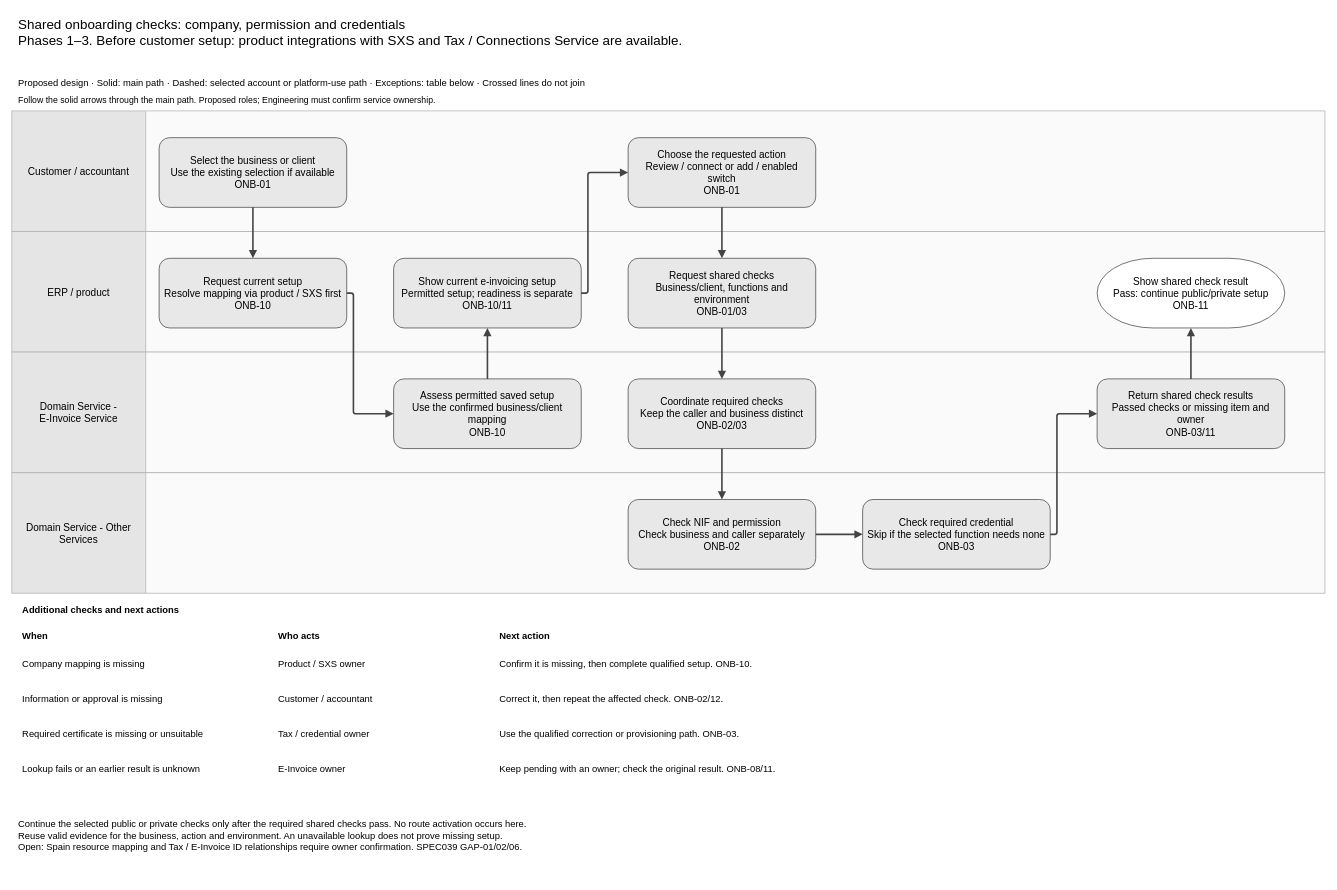
Above: assets/diagrams/onboarding-shared-prerequisites-swimlane.drawio in jiaxinhe0709/pm_second_brain (draw.io), before the change. Source tidied: cells renumbered, new cells numbered last; positions are measured from the earlier drawing's top-left corner, leaving out a move shared by most shapes. Both pictures are drawn from the tidied source at 67%, with x=0, y=0 at pixel (11, 11).
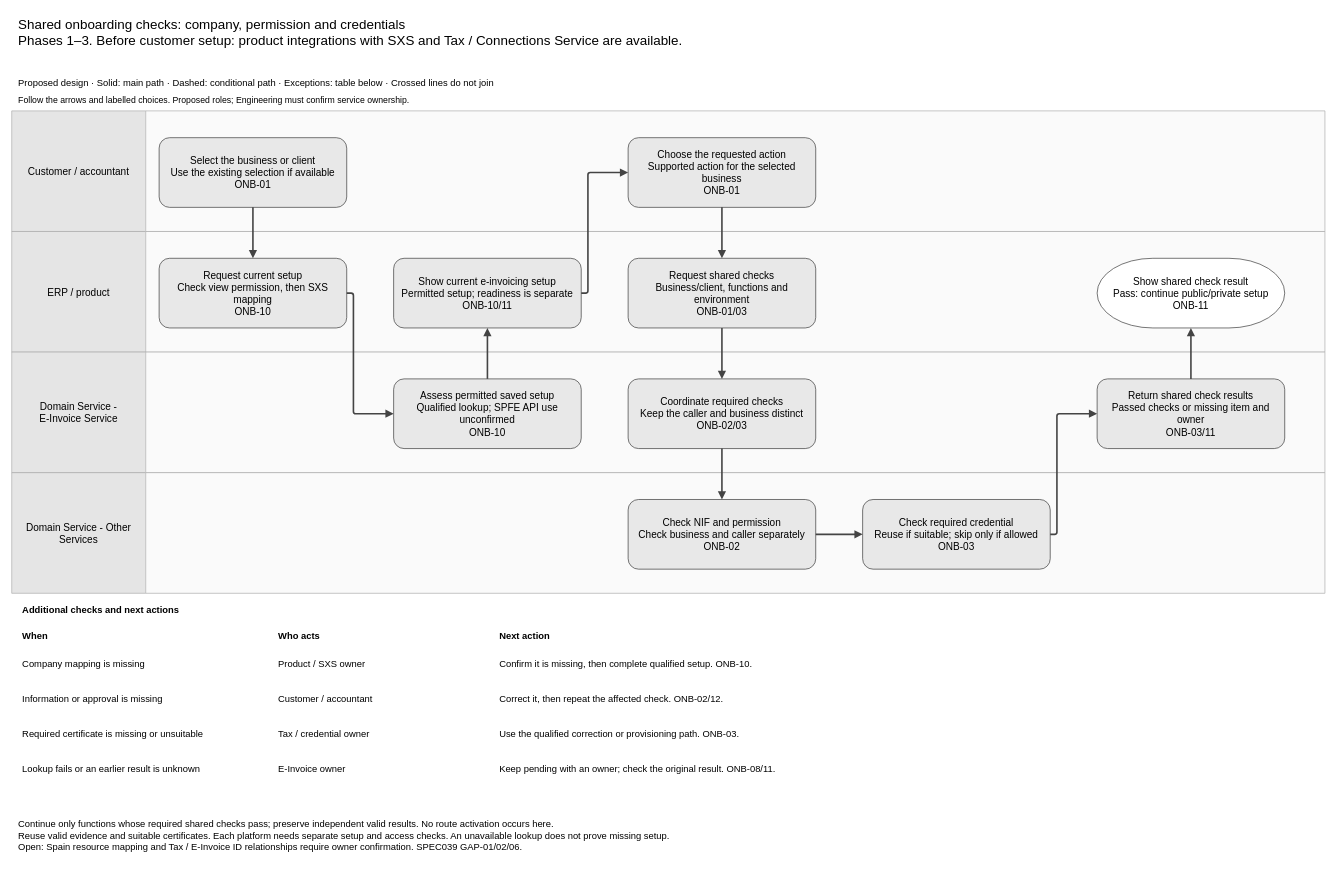
Above is the later version.

What changed in the source:
```diff
@@
-    <mxCell id="3" value="Proposed design · Solid: main path · Dashed: selected account or platform-use path · Exceptions: table below · Crossed lines do not join" style="text;html=0;align=left;fontSize=14;" parent="1" vertex="1">
+    <mxCell id="3" value="Proposed design · Solid: main path · Dashed: conditional path · Exceptions: table below · Crossed lines do not join" style="text;html=0;align=left;fontSize=14;" parent="1" vertex="1">
       <mxGeometry x="8" y="92" width="1944" height="22" as="geometry" />
     </mxCell>
-    <mxCell id="4" value="Follow the solid arrows through the main path. Proposed roles; Engineering must confirm service ownership." style="text;html=0;align=left;fontSize=13;" parent="1" vertex="1">
+    <mxCell id="4" value="Follow the arrows and labelled choices. Proposed roles; Engineering must confirm service ownership." style="text;html=0;align=left;fontSize=13;" parent="1" vertex="1">
       <mxGeometry x="8" y="118" width="1944" height="24" as="geometry" />
     </mxCell>
@@
-    <mxCell id="14" value="Request current setup&#10;Resolve mapping via product / SXS first&#10;ONB-10" style="rounded=1;whiteSpace=wrap;html=0;fontSize=15;fillColor=#e8e8e8;strokeColor=#333333;spacing=8;" parent="1" vertex="1">
+    <mxCell id="14" value="Request current setup&#10;Check view permission, then SXS mapping&#10;ONB-10" style="rounded=1;whiteSpace=wrap;html=0;fontSize=15;fillColor=#e8e8e8;strokeColor=#333333;spacing=8;" parent="1" vertex="1">
       <mxGeometry x="220" y="368" width="280" height="104" as="geometry" />
     </mxCell>
-    <mxCell id="15" value="Assess permitted saved setup&#10;Use the confirmed business/client mapping&#10;ONB-10" style="rounded=1;whiteSpace=wrap;html=0;fontSize=15;fillColor=#e8e8e8;strokeColor=#333333;spacing=8;" parent="1" vertex="1">
+    <mxCell id="15" value="Assess permitted saved setup&#10;Qualified lookup; SPFE API use unconfirmed&#10;ONB-10" style="rounded=1;whiteSpace=wrap;html=0;fontSize=15;fillColor=#e8e8e8;strokeColor=#333333;spacing=8;" parent="1" vertex="1">
       <mxGeometry x="570" y="548" width="280" height="104" as="geometry" />
     </mxCell>
@@
-    <mxCell id="17" value="Choose the requested action&#10;Review / connect or add / enabled switch&#10;ONB-01" style="rounded=1;whiteSpace=wrap;html=0;fontSize=15;fillColor=#e8e8e8;strokeColor=#333333;spacing=8;" parent="1" vertex="1">
+    <mxCell id="17" value="Choose the requested action&#10;Supported action for the selected business&#10;ONB-01" style="rounded=1;whiteSpace=wrap;html=0;fontSize=15;fillColor=#e8e8e8;strokeColor=#333333;spacing=8;" parent="1" vertex="1">
       <mxGeometry x="920" y="188" width="280" height="104" as="geometry" />
     </mxCell>
@@
-    <mxCell id="21" value="Check required credential&#10;Skip if the selected function needs none&#10;ONB-03" style="rounded=1;whiteSpace=wrap;html=0;fontSize=15;fillColor=#e8e8e8;strokeColor=#333333;spacing=8;" parent="1" vertex="1">
+    <mxCell id="21" value="Check required credential&#10;Reuse if suitable; skip only if allowed&#10;ONB-03" style="rounded=1;whiteSpace=wrap;html=0;fontSize=15;fillColor=#e8e8e8;strokeColor=#333333;spacing=8;" parent="1" vertex="1">
       <mxGeometry x="1270" y="728" width="280" height="104" as="geometry" />
     </mxCell>
@@
-    <mxCell id="34" value="Continue the selected public or private checks only after the required shared checks pass. No route activation occurs here.&#10;Reuse valid evidence for the business, action and environment. An unavailable lookup does not prove missing setup.&#10;Open: Spain resource mapping and Tax / E-Invoice ID relationships require owner confirmation. SPEC039 GAP-01/02/06." style="text;html=0;align=left;fontSize=14;" parent="1" vertex="1">
+    <mxCell id="34" value="Continue only functions whose required shared checks pass; preserve independent valid results. No route activation occurs here.&#10;Reuse valid evidence and suitable certificates. Each platform needs separate setup and access checks. An unavailable lookup does not prove missing setup.&#10;Open: Spain resource mapping and Tax / E-Invoice ID relationships require owner confirmation. SPEC039 GAP-01/02/06." style="text;html=0;align=left;fontSize=14;" parent="1" vertex="1">
       <mxGeometry x="8" y="1198" width="1944" height="96" as="geometry" />
     </mxCell>
```
